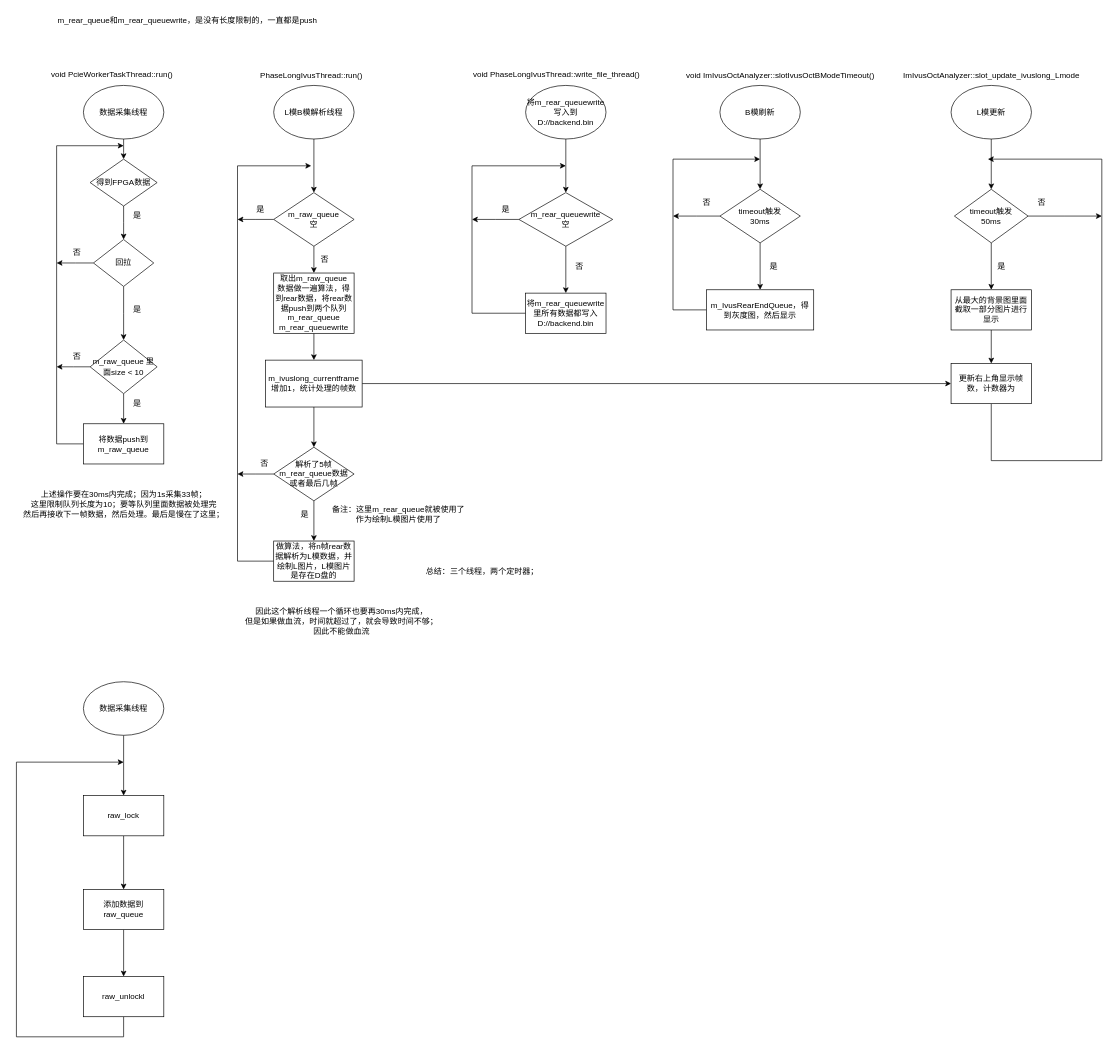
The draw.io diagram 回拉流程.drawio in zhouzhihui12/Drawio_drawing, before the edit. Source tidied: cells renumbered, new cells numbered last; positions are measured from the earlier drawing's top-left corner, leaving out a move shared by most shapes. Both pictures are drawn from the tidied source at 67%, with x=0, y=0 at pixel (16, 11).
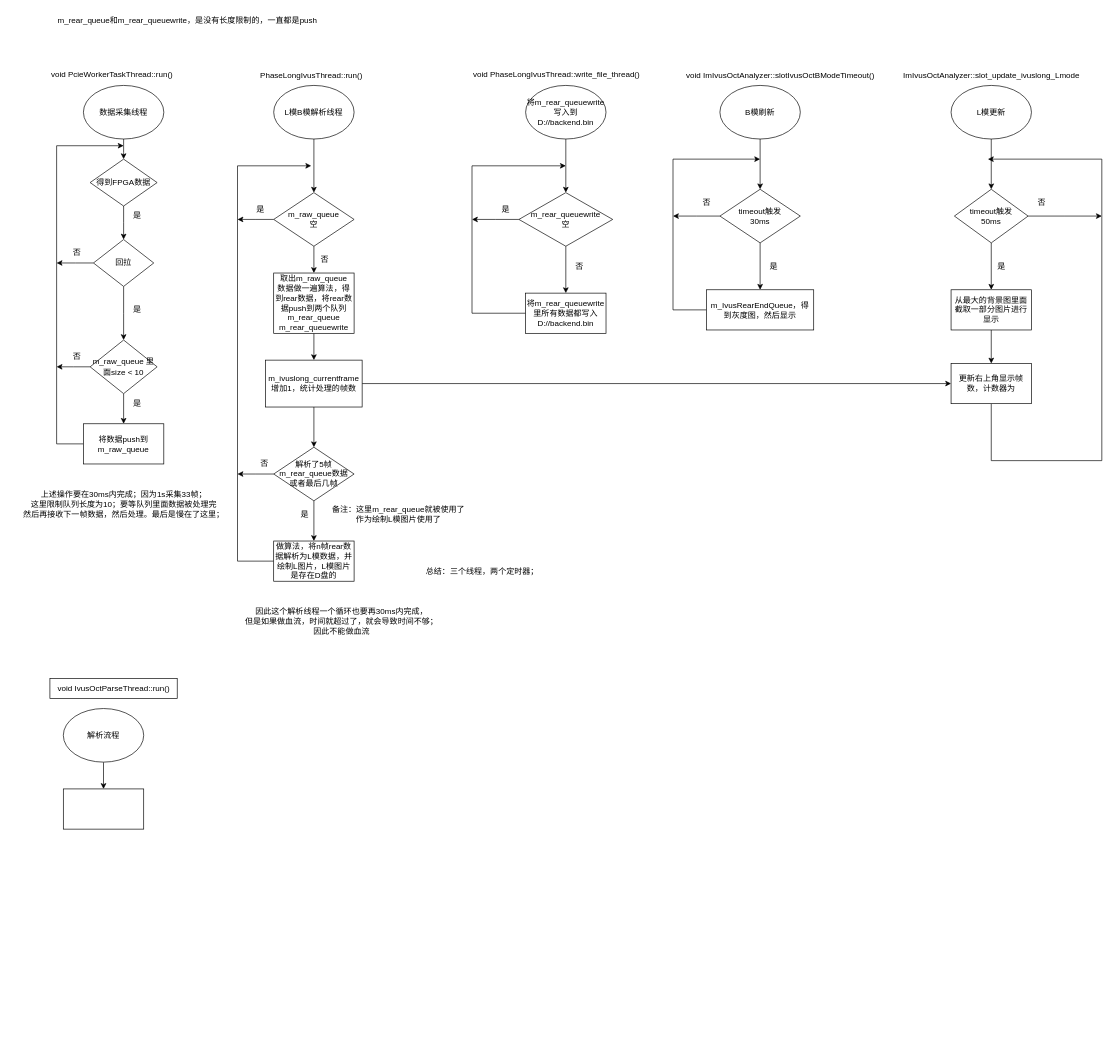
The same diagram, later.

Commit message:
更新回拉流程.drawio

Change to the diagram source:
```diff
@@
-    <mxCell id="77" style="edgeStyle=orthogonalEdgeStyle;rounded=0;jettySize=auto;html=1;" parent="1" edge="1" source="78" target="80">
-      <mxGeometry relative="1" as="geometry" />
-    </mxCell>
-    <mxCell id="78" value="数据采集线程" style="ellipse;whiteSpace=wrap;html=1;" parent="1" vertex="1">
-      <mxGeometry x="100" y="1000" width="120" height="80" as="geometry" />
-    </mxCell>
-    <mxCell id="79" style="edgeStyle=orthogonalEdgeStyle;rounded=0;jettySize=auto;html=1;" parent="1" edge="1" source="80" target="84">
-      <mxGeometry relative="1" as="geometry" />
-    </mxCell>
-    <mxCell id="80" value="raw_lock" style="whiteSpace=wrap;html=1;" parent="1" vertex="1">
-      <mxGeometry x="100" y="1170" width="120" height="60" as="geometry" />
-    </mxCell>
-    <mxCell id="81" style="edgeStyle=orthogonalEdgeStyle;rounded=0;jettySize=auto;html=1;" parent="1" edge="1" source="82">
-      <mxGeometry relative="1" as="geometry">
-        <mxPoint x="160" y="1120" as="targetPoint" />
-        <Array as="points">
-          <mxPoint x="160" y="1530" />
-          <mxPoint y="1530" />
-          <mxPoint y="1120" />
-        </Array>
-      </mxGeometry>
-    </mxCell>
-    <mxCell id="82" value="raw_unlockl" style="whiteSpace=wrap;html=1;" parent="1" vertex="1">
-      <mxGeometry x="100" y="1440" width="120" height="60" as="geometry" />
-    </mxCell>
-    <mxCell id="83" style="edgeStyle=orthogonalEdgeStyle;rounded=0;jettySize=auto;html=1;" parent="1" edge="1" source="84" target="82">
-      <mxGeometry relative="1" as="geometry" />
-    </mxCell>
-    <mxCell id="84" value="添加数据到raw_queue" style="whiteSpace=wrap;html=1;" parent="1" vertex="1">
-      <mxGeometry x="100" y="1310" width="120" height="60" as="geometry" />
-    </mxCell>
+    <mxCell id="85" style="edgeStyle=orthogonalEdgeStyle;rounded=0;jettySize=auto;html=1;" parent="1" edge="1" source="86" target="88">
+      <mxGeometry relative="1" as="geometry" />
+    </mxCell>
+    <mxCell id="86" value="解析流程" style="ellipse;whiteSpace=wrap;html=1;" parent="1" vertex="1">
+      <mxGeometry x="70" y="1040" width="120" height="80" as="geometry" />
+    </mxCell>
+    <mxCell id="87" value="void IvusOctParseThread::run()" style="text;html=1;align=center;verticalAlign=middle;strokeColor=default;fillColor=none;" parent="1" vertex="1">
+      <mxGeometry x="50" y="995" width="190" height="30" as="geometry" />
+    </mxCell>
+    <mxCell id="88" style="whiteSpace=wrap;html=1;" parent="1" vertex="1">
+      <mxGeometry x="70" y="1160" width="120" height="60" as="geometry" />
+    </mxCell>
```
